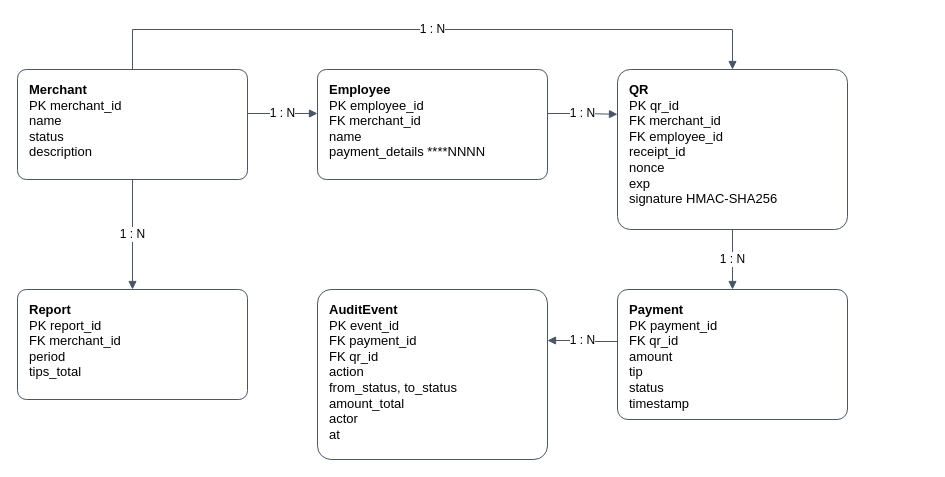
Earlier version of the draw.io diagram схемы/er_модель.drawio (brokentwo/online-tips-case-3). Source tidied: cells renumbered, new cells numbered last; positions are measured from the earlier drawing's top-left corner, leaving out a move shared by most shapes. Both pictures are drawn from the tidied source at 100%, with x=0, y=0 at pixel (17, 29).
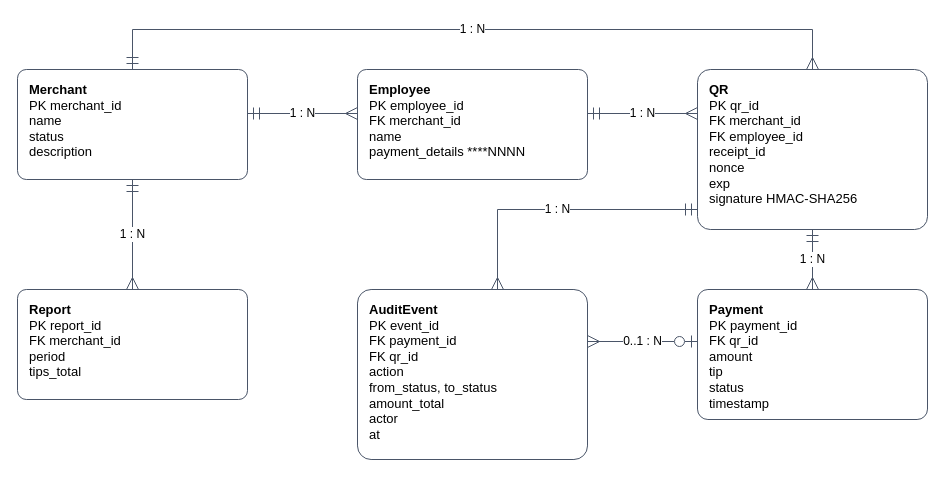
After the change.

Change to the diagram source:
```diff
@@
 <mxGraphModel>
   <root>
     <mxCell id="0" />
     <mxCell id="1" parent="0" />
     <mxCell id="2" value="&lt;b&gt;Merchant&lt;/b&gt;&lt;br&gt;PK merchant_id&lt;br&gt;name&lt;br&gt;status&lt;br&gt;description" style="rounded=1;whiteSpace=wrap;html=1;arcSize=8;fillColor=#FFFFFF;strokeColor=#4A5568;fontSize=13;align=left;spacingLeft=10;verticalAlign=top;spacingTop=6;" parent="1" vertex="1">
       <mxGeometry y="40" width="230" height="110" as="geometry" />
     </mxCell>
     <mxCell id="3" value="&lt;b&gt;Employee&lt;/b&gt;&lt;br&gt;PK employee_id&lt;br&gt;FK merchant_id&lt;br&gt;name&lt;br&gt;payment_details ****NNNN" style="rounded=1;whiteSpace=wrap;html=1;arcSize=8;fillColor=#FFFFFF;strokeColor=#4A5568;fontSize=13;align=left;spacingLeft=10;verticalAlign=top;spacingTop=6;" parent="1" vertex="1">
-      <mxGeometry x="300" y="40" width="230" height="110" as="geometry" />
+      <mxGeometry x="340" y="40" width="230" height="110" as="geometry" />
     </mxCell>
     <mxCell id="4" value="&lt;b&gt;QR&lt;/b&gt;&lt;br&gt;PK qr_id&lt;br&gt;FK merchant_id&lt;br&gt;FK employee_id&lt;br&gt;receipt_id&lt;br&gt;nonce&lt;br&gt;exp&lt;br&gt;signature HMAC-SHA256" style="rounded=1;whiteSpace=wrap;html=1;arcSize=8;fillColor=#FFFFFF;strokeColor=#4A5568;fontSize=13;align=left;spacingLeft=10;verticalAlign=top;spacingTop=6;" parent="1" vertex="1">
-      <mxGeometry x="600" y="40" width="230" height="160" as="geometry" />
+      <mxGeometry x="680" y="40" width="230" height="160" as="geometry" />
     </mxCell>
     <mxCell id="5" value="&lt;b&gt;Report&lt;/b&gt;&lt;br&gt;PK report_id&lt;br&gt;FK merchant_id&lt;br&gt;period&lt;br&gt;tips_total" style="rounded=1;whiteSpace=wrap;html=1;arcSize=8;fillColor=#FFFFFF;strokeColor=#4A5568;fontSize=13;align=left;spacingLeft=10;verticalAlign=top;spacingTop=6;" parent="1" vertex="1">
       <mxGeometry y="260" width="230" height="110" as="geometry" />
     </mxCell>
     <mxCell id="6" value="&lt;b&gt;AuditEvent&lt;/b&gt;&lt;br&gt;PK event_id&lt;br&gt;FK payment_id&lt;br&gt;FK qr_id&lt;br&gt;action&lt;br&gt;from_status, to_status&lt;br&gt;amount_total&lt;br&gt;actor&lt;br&gt;at" style="rounded=1;whiteSpace=wrap;html=1;arcSize=8;fillColor=#FFFFFF;strokeColor=#4A5568;fontSize=13;align=left;spacingLeft=10;verticalAlign=top;spacingTop=6;" parent="1" vertex="1">
-      <mxGeometry x="300" y="260" width="230" height="170" as="geometry" />
+      <mxGeometry x="340" y="260" width="230" height="170" as="geometry" />
     </mxCell>
     <mxCell id="7" value="&lt;b&gt;Payment&lt;/b&gt;&lt;br&gt;PK payment_id&lt;br&gt;FK qr_id&lt;br&gt;amount&lt;br&gt;tip&lt;br&gt;status&lt;br&gt;timestamp" style="rounded=1;whiteSpace=wrap;html=1;arcSize=8;fillColor=#FFFFFF;strokeColor=#4A5568;fontSize=13;align=left;spacingLeft=10;verticalAlign=top;spacingTop=6;" parent="1" vertex="1">
-      <mxGeometry x="600" y="260" width="230" height="130" as="geometry" />
+      <mxGeometry x="680" y="260" width="230" height="130" as="geometry" />
     </mxCell>
-    <mxCell id="8" value="1 : N" style="edgeStyle=orthogonalEdgeStyle;rounded=0;html=1;endArrow=block;endFill=1;strokeColor=#4A5568;fontSize=12;labelBackgroundColor=#FFFFFF;exitX=1;exitY=0.4;exitDx=0;exitDy=0;entryX=0;entryY=0.4;entryDx=0;entryDy=0;" parent="1" edge="1" source="2" target="3">
+    <mxCell id="8" value="1 : N" style="edgeStyle=orthogonalEdgeStyle;rounded=0;html=1;startArrow=ERmandOne;startFill=0;endArrow=ERmany;endFill=0;startSize=10;endSize=10;strokeColor=#4A5568;fontSize=12;labelBackgroundColor=#FFFFFF;exitX=1;exitY=0.4;exitDx=0;exitDy=0;entryX=0;entryY=0.4;entryDx=0;entryDy=0;" parent="1" edge="1" source="2" target="3">
       <mxGeometry relative="1" as="geometry" />
     </mxCell>
-    <mxCell id="9" value="1 : N" style="edgeStyle=orthogonalEdgeStyle;rounded=0;html=1;endArrow=block;endFill=1;strokeColor=#4A5568;fontSize=12;labelBackgroundColor=#FFFFFF;exitX=1;exitY=0.4;exitDx=0;exitDy=0;entryX=0;entryY=0.28;entryDx=0;entryDy=0;" parent="1" edge="1" source="3" target="4">
+    <mxCell id="9" value="1 : N" style="edgeStyle=orthogonalEdgeStyle;rounded=0;html=1;startArrow=ERmandOne;startFill=0;endArrow=ERmany;endFill=0;startSize=10;endSize=10;strokeColor=#4A5568;fontSize=12;labelBackgroundColor=#FFFFFF;exitX=1;exitY=0.4;exitDx=0;exitDy=0;entryX=0;entryY=0.275;entryDx=0;entryDy=0;" parent="1" edge="1" source="3" target="4">
       <mxGeometry relative="1" as="geometry" />
     </mxCell>
-    <mxCell id="10" value="1 : N" style="edgeStyle=orthogonalEdgeStyle;rounded=0;html=1;endArrow=block;endFill=1;strokeColor=#4A5568;fontSize=12;labelBackgroundColor=#FFFFFF;exitX=0.5;exitY=0;exitDx=0;exitDy=0;entryX=0.5;entryY=0;entryDx=0;entryDy=0;" parent="1" edge="1" source="2" target="4">
+    <mxCell id="10" value="1 : N" style="edgeStyle=orthogonalEdgeStyle;rounded=0;html=1;startArrow=ERmandOne;startFill=0;endArrow=ERmany;endFill=0;startSize=10;endSize=10;strokeColor=#4A5568;fontSize=12;labelBackgroundColor=#FFFFFF;exitX=0.5;exitY=0;exitDx=0;exitDy=0;entryX=0.5;entryY=0;entryDx=0;entryDy=0;" parent="1" edge="1" source="2" target="4">
       <mxGeometry relative="1" as="geometry">
         <Array as="points">
           <mxPoint x="115" />
-          <mxPoint x="715" />
+          <mxPoint x="795" />
         </Array>
       </mxGeometry>
     </mxCell>
-    <mxCell id="11" value="1 : N" style="edgeStyle=orthogonalEdgeStyle;rounded=0;html=1;endArrow=block;endFill=1;strokeColor=#4A5568;fontSize=12;labelBackgroundColor=#FFFFFF;exitX=0.5;exitY=1;exitDx=0;exitDy=0;entryX=0.5;entryY=0;entryDx=0;entryDy=0;" parent="1" edge="1" source="4" target="7">
+    <mxCell id="11" value="1 : N" style="edgeStyle=orthogonalEdgeStyle;rounded=0;html=1;startArrow=ERmandOne;startFill=0;endArrow=ERmany;endFill=0;startSize=10;endSize=10;strokeColor=#4A5568;fontSize=12;labelBackgroundColor=#FFFFFF;exitX=0.5;exitY=1;exitDx=0;exitDy=0;entryX=0.5;entryY=0;entryDx=0;entryDy=0;" parent="1" edge="1" source="4" target="7">
       <mxGeometry relative="1" as="geometry" />
     </mxCell>
-    <mxCell id="12" value="1 : N" style="edgeStyle=orthogonalEdgeStyle;rounded=0;html=1;endArrow=block;endFill=1;strokeColor=#4A5568;fontSize=12;labelBackgroundColor=#FFFFFF;exitX=0.5;exitY=1;exitDx=0;exitDy=0;entryX=0.5;entryY=0;entryDx=0;entryDy=0;" parent="1" edge="1" source="2" target="5">
+    <mxCell id="12" value="1 : N" style="edgeStyle=orthogonalEdgeStyle;rounded=0;html=1;startArrow=ERmandOne;startFill=0;endArrow=ERmany;endFill=0;startSize=10;endSize=10;strokeColor=#4A5568;fontSize=12;labelBackgroundColor=#FFFFFF;exitX=0.5;exitY=1;exitDx=0;exitDy=0;entryX=0.5;entryY=0;entryDx=0;entryDy=0;" parent="1" edge="1" source="2" target="5">
       <mxGeometry relative="1" as="geometry" />
     </mxCell>
-    <mxCell id="13" value="1 : N" style="edgeStyle=orthogonalEdgeStyle;rounded=0;html=1;endArrow=block;endFill=1;strokeColor=#4A5568;fontSize=12;labelBackgroundColor=#FFFFFF;exitX=0;exitY=0.4;exitDx=0;exitDy=0;entryX=1;entryY=0.3;entryDx=0;entryDy=0;" parent="1" edge="1" source="7" target="6">
+    <mxCell id="13" value="0..1 : N" style="edgeStyle=orthogonalEdgeStyle;rounded=0;html=1;startArrow=ERzeroToOne;startFill=0;endArrow=ERmany;endFill=0;startSize=10;endSize=10;strokeColor=#4A5568;fontSize=12;labelBackgroundColor=#FFFFFF;exitX=0;exitY=0.4;exitDx=0;exitDy=0;entryX=1;entryY=0.3059;entryDx=0;entryDy=0;" parent="1" edge="1" source="7" target="6">
       <mxGeometry relative="1" as="geometry" />
     </mxCell>
+    <mxCell id="14" value="1 : N" style="edgeStyle=orthogonalEdgeStyle;rounded=0;html=1;startArrow=ERmandOne;startFill=0;endArrow=ERmany;endFill=0;startSize=10;endSize=10;strokeColor=#4A5568;fontSize=12;labelBackgroundColor=#FFFFFF;exitX=0;exitY=0.875;exitDx=0;exitDy=0;entryX=0.6087;entryY=0;entryDx=0;entryDy=0;" parent="1" edge="1" source="4" target="6">
+      <mxGeometry relative="1" as="geometry" />
+    </mxCell>
   </root>
 </mxGraphModel>
```
